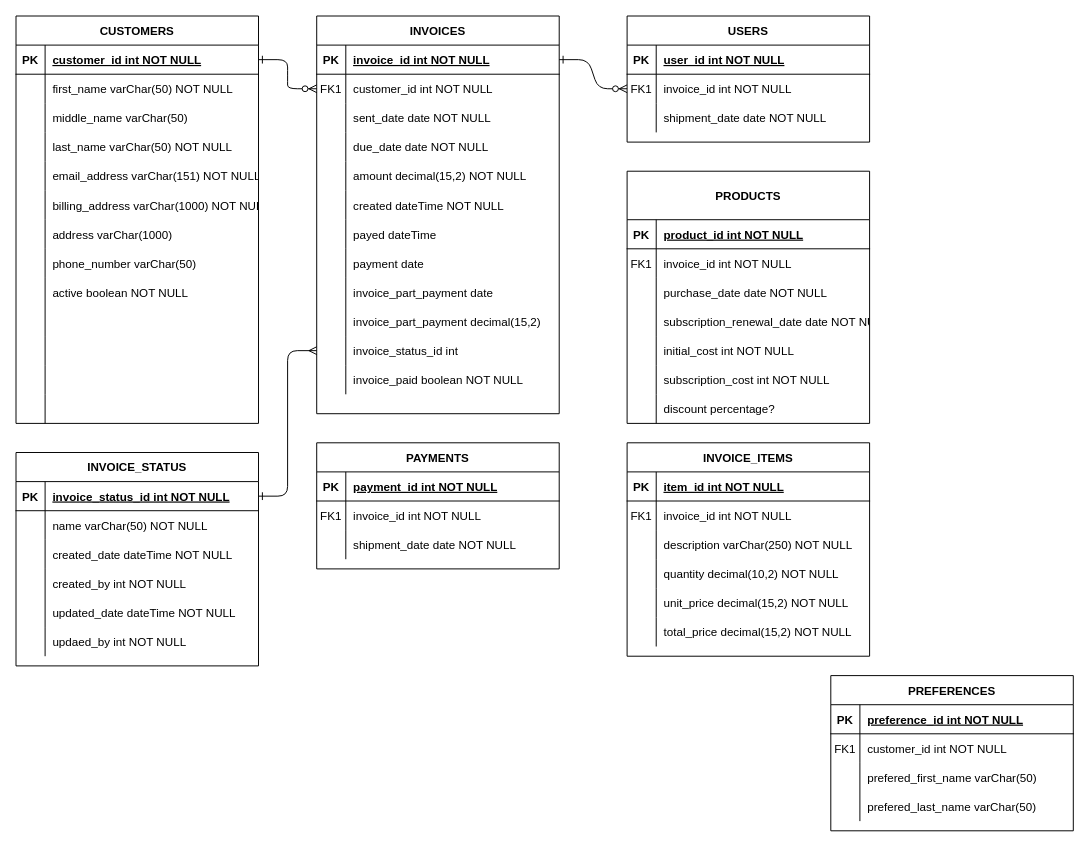
Before: Untitled Diagram.drawio in alexei-garrow/hey-about-that, a draw.io diagram. Source tidied: cells renumbered, new cells numbered last; positions are measured from the earlier drawing's top-left corner, leaving out a move shared by most shapes. Both pictures are drawn from the tidied source at 97%, with x=0, y=0 at pixel (16, 16).
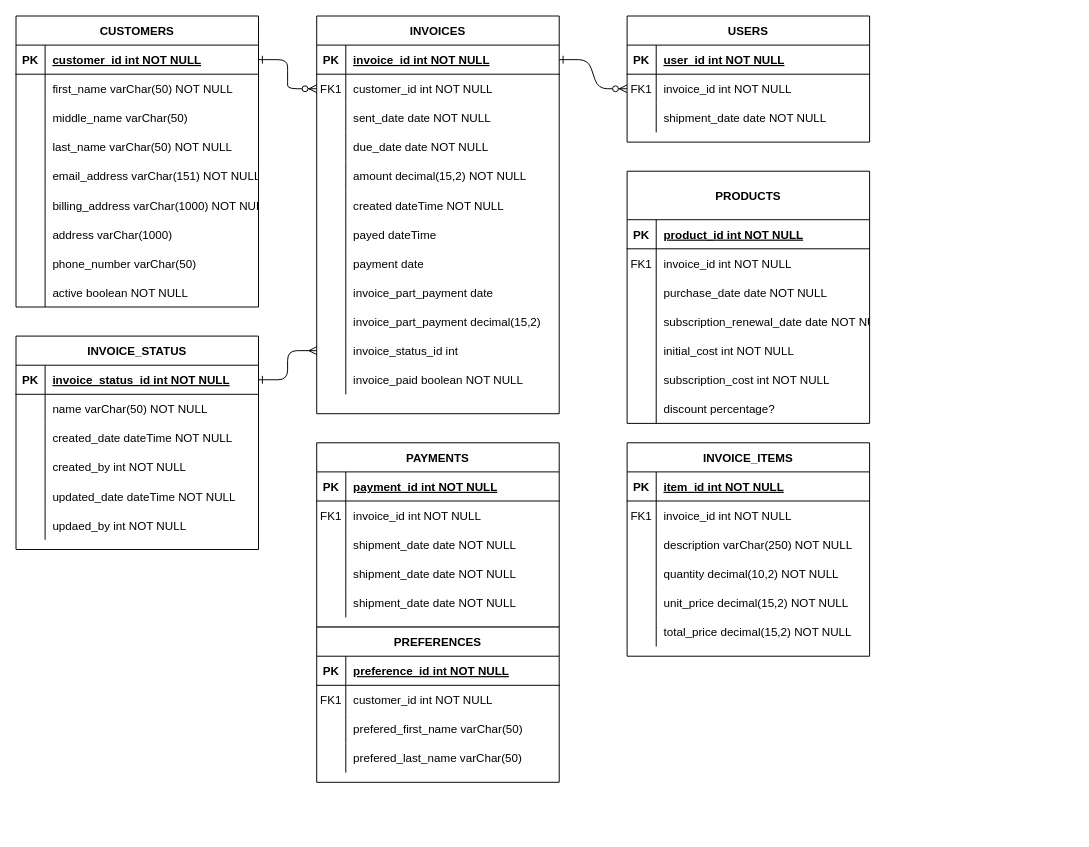
The same page after the edit.

Commit message:
more table inputs

Change to the diagram source:
```diff
@@
     <mxCell id="51" value="CUSTOMERS" style="shape=table;startSize=30;childLayout=tableLayout;rowLines=0;fontStyle=1;align=center;" parent="1" vertex="1">
-      <mxGeometry width="250" height="420" as="geometry" />
+      <mxGeometry width="250" height="300" as="geometry" />
     </mxCell>
@@
-    <mxCell id="79" style="shape=partialRectangle;fillColor=none;top=0;left=0;right=0;bottom=0;" parent="51" vertex="1">
-      <mxGeometry y="300" width="250" height="30" as="geometry" />
-    </mxCell>
-    <mxCell id="80" style="shape=partialRectangle;overflow=hidden;fillColor=none;top=0;left=0;bottom=0;right=0;" parent="79" vertex="1">
-      <mxGeometry width="30" height="30" as="geometry" />
-    </mxCell>
-    <mxCell id="81" style="shape=partialRectangle;overflow=hidden;fillColor=none;top=0;left=0;bottom=0;right=0;align=left;spacingLeft=6;" parent="79" vertex="1">
-      <mxGeometry x="30" width="220" height="30" as="geometry" />
-    </mxCell>
-    <mxCell id="82" style="shape=partialRectangle;fillColor=none;top=0;left=0;right=0;bottom=0;" parent="51" vertex="1">
-      <mxGeometry y="330" width="250" height="30" as="geometry" />
-    </mxCell>
-    <mxCell id="83" style="shape=partialRectangle;overflow=hidden;fillColor=none;top=0;left=0;bottom=0;right=0;" parent="82" vertex="1">
-      <mxGeometry width="30" height="30" as="geometry" />
-    </mxCell>
-    <mxCell id="84" style="shape=partialRectangle;overflow=hidden;fillColor=none;top=0;left=0;bottom=0;right=0;align=left;spacingLeft=6;" parent="82" vertex="1">
-      <mxGeometry x="30" width="220" height="30" as="geometry" />
-    </mxCell>
-    <mxCell id="85" style="shape=partialRectangle;fillColor=none;top=0;left=0;right=0;bottom=0;" parent="51" vertex="1">
-      <mxGeometry y="360" width="250" height="30" as="geometry" />
-    </mxCell>
-    <mxCell id="86" style="shape=partialRectangle;overflow=hidden;fillColor=none;top=0;left=0;bottom=0;right=0;" parent="85" vertex="1">
-      <mxGeometry width="30" height="30" as="geometry" />
-    </mxCell>
-    <mxCell id="87" style="shape=partialRectangle;overflow=hidden;fillColor=none;top=0;left=0;bottom=0;right=0;align=left;spacingLeft=6;" parent="85" vertex="1">
-      <mxGeometry x="30" width="220" height="30" as="geometry" />
-    </mxCell>
-    <mxCell id="88" style="shape=partialRectangle;fillColor=none;top=0;left=0;right=0;bottom=0;" parent="51" vertex="1">
-      <mxGeometry y="390" width="250" height="30" as="geometry" />
-    </mxCell>
-    <mxCell id="89" style="shape=partialRectangle;overflow=hidden;fillColor=none;top=0;left=0;bottom=0;right=0;" parent="88" vertex="1">
-      <mxGeometry width="30" height="30" as="geometry" />
-    </mxCell>
-    <mxCell id="90" style="shape=partialRectangle;overflow=hidden;fillColor=none;top=0;left=0;bottom=0;right=0;align=left;spacingLeft=6;" parent="88" vertex="1">
-      <mxGeometry x="30" width="220" height="30" as="geometry" />
-    </mxCell>
@@
     <mxCell id="113" value="PAYMENTS" style="shape=table;startSize=30;childLayout=tableLayout;rowLines=0;fontStyle=1;align=center;" parent="1" vertex="1">
-      <mxGeometry x="310" y="440" width="250" height="130" as="geometry" />
+      <mxGeometry x="310" y="440" width="250" height="190" as="geometry" />
     </mxCell>
@@
+    <mxCell id="175" style="shape=partialRectangle;fillColor=none;top=0;left=0;right=0;bottom=0;" parent="113" vertex="1">
+      <mxGeometry y="120" width="250" height="30" as="geometry" />
+    </mxCell>
+    <mxCell id="176" style="shape=partialRectangle;overflow=hidden;fillColor=none;top=0;left=0;bottom=0;right=0;" parent="175" vertex="1">
+      <mxGeometry width="30" height="30" as="geometry" />
+    </mxCell>
+    <mxCell id="177" value="shipment_date date NOT NULL" style="shape=partialRectangle;overflow=hidden;fillColor=none;top=0;left=0;bottom=0;right=0;align=left;spacingLeft=6;" parent="175" vertex="1">
+      <mxGeometry x="30" width="220" height="30" as="geometry" />
+    </mxCell>
+    <mxCell id="178" style="shape=partialRectangle;fillColor=none;top=0;left=0;right=0;bottom=0;" parent="113" vertex="1">
+      <mxGeometry y="150" width="250" height="30" as="geometry" />
+    </mxCell>
+    <mxCell id="179" style="shape=partialRectangle;overflow=hidden;fillColor=none;top=0;left=0;bottom=0;right=0;" parent="178" vertex="1">
+      <mxGeometry width="30" height="30" as="geometry" />
+    </mxCell>
+    <mxCell id="180" value="shipment_date date NOT NULL" style="shape=partialRectangle;overflow=hidden;fillColor=none;top=0;left=0;bottom=0;right=0;align=left;spacingLeft=6;" parent="178" vertex="1">
+      <mxGeometry x="30" width="220" height="30" as="geometry" />
+    </mxCell>
     <mxCell id="123" value="PREFERENCES" style="shape=table;startSize=30;childLayout=tableLayout;rowLines=0;fontStyle=1;align=center;" parent="1" vertex="1">
-      <mxGeometry x="840" y="680" width="250" height="160" as="geometry" />
+      <mxGeometry x="310" y="630" width="250" height="160" as="geometry" />
     </mxCell>
@@
     <mxCell id="136" value="INVOICE_STATUS" style="shape=table;startSize=30;childLayout=tableLayout;rowLines=0;fontStyle=1;align=center;" parent="1" vertex="1">
-      <mxGeometry y="450" width="250" height="220" as="geometry" />
+      <mxGeometry y="330" width="250" height="220" as="geometry" />
     </mxCell>
```
